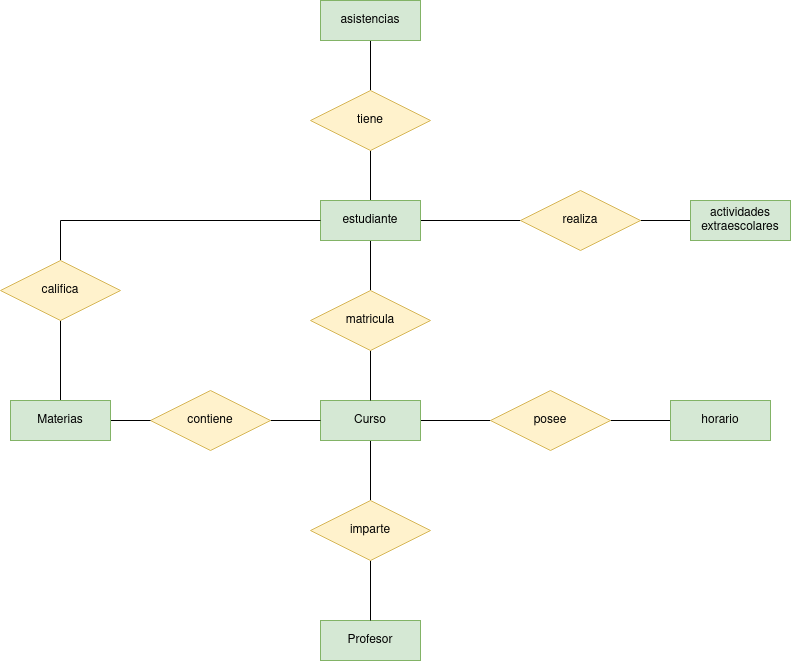
Above: Unidad-1/Tareas/Tarea-8/tarea8.drawio.png in jdrguez/2-Daw (draw.io), before the change. Source tidied: cells renumbered, new cells last; positions are measured from the earlier drawing's top-left corner, leaving out a move shared by most shapes. Source of this version:
```xml
<mxGraphModel>
  <root>
    <mxCell id="0" />
    <mxCell id="1" parent="0" />
    <mxCell id="2" style="edgeStyle=orthogonalEdgeStyle;rounded=0;jettySize=auto;html=1;exitX=1;exitY=0.5;exitDx=0;exitDy=0;entryX=0;entryY=0.5;entryDx=0;entryDy=0;endArrow=none;endFill=0;" parent="1" edge="1" source="4" target="15">
      <mxGeometry relative="1" as="geometry" />
    </mxCell>
    <mxCell id="3" style="edgeStyle=orthogonalEdgeStyle;rounded=0;jettySize=auto;html=1;exitX=0.5;exitY=1;exitDx=0;exitDy=0;entryX=0.5;entryY=0;entryDx=0;entryDy=0;endArrow=none;endFill=0;" parent="1" edge="1" source="4" target="13">
      <mxGeometry relative="1" as="geometry" />
    </mxCell>
    <mxCell id="4" value="&lt;div&gt;Curso&lt;/div&gt;" style="whiteSpace=wrap;html=1;align=center;fillColor=#d5e8d4;strokeColor=#82b366;" parent="1" vertex="1">
      <mxGeometry x="320" y="400" width="100" height="40" as="geometry" />
    </mxCell>
    <mxCell id="5" style="edgeStyle=orthogonalEdgeStyle;rounded=0;jettySize=auto;html=1;exitX=1;exitY=0.5;exitDx=0;exitDy=0;entryX=0;entryY=0.5;entryDx=0;entryDy=0;endArrow=none;endFill=0;" parent="1" edge="1" source="8" target="28">
      <mxGeometry relative="1" as="geometry" />
    </mxCell>
    <mxCell id="6" style="edgeStyle=orthogonalEdgeStyle;rounded=0;jettySize=auto;html=1;exitX=0.5;exitY=1;exitDx=0;exitDy=0;endArrow=none;endFill=0;" parent="1" edge="1" source="8" target="10">
      <mxGeometry relative="1" as="geometry" />
    </mxCell>
    <mxCell id="7" style="edgeStyle=orthogonalEdgeStyle;rounded=0;jettySize=auto;html=1;exitX=0.5;exitY=0;exitDx=0;exitDy=0;entryX=0.5;entryY=1;entryDx=0;entryDy=0;endArrow=none;endFill=0;" parent="1" edge="1" source="8" target="25">
      <mxGeometry relative="1" as="geometry" />
    </mxCell>
    <mxCell id="8" value="estudiante" style="whiteSpace=wrap;html=1;align=center;fillColor=#d5e8d4;strokeColor=#82b366;" parent="1" vertex="1">
      <mxGeometry x="320" y="200" width="100" height="40" as="geometry" />
    </mxCell>
    <mxCell id="9" style="edgeStyle=orthogonalEdgeStyle;rounded=0;jettySize=auto;html=1;exitX=0.5;exitY=1;exitDx=0;exitDy=0;entryX=0.5;entryY=0;entryDx=0;entryDy=0;endArrow=none;endFill=0;" parent="1" edge="1" source="10" target="4">
      <mxGeometry relative="1" as="geometry" />
    </mxCell>
    <mxCell id="10" value="matricula" style="shape=rhombus;perimeter=rhombusPerimeter;whiteSpace=wrap;html=1;align=center;fillColor=#fff2cc;strokeColor=#d6b656;" parent="1" vertex="1">
      <mxGeometry x="310" y="290" width="120" height="60" as="geometry" />
    </mxCell>
    <mxCell id="11" value="Profesor" style="whiteSpace=wrap;html=1;align=center;fillColor=#d5e8d4;strokeColor=#82b366;" parent="1" vertex="1">
      <mxGeometry x="320" y="620" width="100" height="40" as="geometry" />
    </mxCell>
    <mxCell id="12" style="edgeStyle=orthogonalEdgeStyle;rounded=0;jettySize=auto;html=1;exitX=0.5;exitY=1;exitDx=0;exitDy=0;entryX=0.5;entryY=0;entryDx=0;entryDy=0;endArrow=none;endFill=0;" parent="1" edge="1" source="13" target="11">
      <mxGeometry relative="1" as="geometry" />
    </mxCell>
    <mxCell id="13" value="imparte" style="shape=rhombus;perimeter=rhombusPerimeter;whiteSpace=wrap;html=1;align=center;fillColor=#fff2cc;strokeColor=#d6b656;" parent="1" vertex="1">
      <mxGeometry x="310" y="500" width="120" height="60" as="geometry" />
    </mxCell>
    <mxCell id="14" style="edgeStyle=orthogonalEdgeStyle;rounded=0;jettySize=auto;html=1;entryX=0;entryY=0.5;entryDx=0;entryDy=0;endArrow=none;endFill=0;" parent="1" edge="1" source="15" target="16">
      <mxGeometry relative="1" as="geometry" />
    </mxCell>
    <mxCell id="15" value="posee" style="shape=rhombus;perimeter=rhombusPerimeter;whiteSpace=wrap;html=1;align=center;fillColor=#fff2cc;strokeColor=#d6b656;" parent="1" vertex="1">
      <mxGeometry x="490" y="390" width="120" height="60" as="geometry" />
    </mxCell>
    <mxCell id="16" value="horario" style="whiteSpace=wrap;html=1;align=center;fillColor=#d5e8d4;strokeColor=#82b366;" parent="1" vertex="1">
      <mxGeometry x="670" y="400" width="100" height="40" as="geometry" />
    </mxCell>
    <mxCell id="17" style="edgeStyle=orthogonalEdgeStyle;rounded=0;jettySize=auto;html=1;exitX=1;exitY=0.5;exitDx=0;exitDy=0;entryX=0;entryY=0.5;entryDx=0;entryDy=0;endArrow=none;endFill=0;" parent="1" edge="1" source="18" target="4">
      <mxGeometry relative="1" as="geometry" />
    </mxCell>
    <mxCell id="18" value="contiene" style="shape=rhombus;perimeter=rhombusPerimeter;whiteSpace=wrap;html=1;align=center;fillColor=#fff2cc;strokeColor=#d6b656;" parent="1" vertex="1">
      <mxGeometry x="150" y="390" width="120" height="60" as="geometry" />
    </mxCell>
    <mxCell id="19" style="edgeStyle=orthogonalEdgeStyle;rounded=0;jettySize=auto;html=1;exitX=0.5;exitY=0;exitDx=0;exitDy=0;entryX=0.5;entryY=1;entryDx=0;entryDy=0;endArrow=none;endFill=0;" parent="1" edge="1" source="21" target="23">
      <mxGeometry relative="1" as="geometry" />
    </mxCell>
    <mxCell id="20" style="edgeStyle=orthogonalEdgeStyle;rounded=0;jettySize=auto;html=1;exitX=1;exitY=0.5;exitDx=0;exitDy=0;entryX=0;entryY=0.5;entryDx=0;entryDy=0;endArrow=none;endFill=0;" parent="1" edge="1" source="21" target="18">
      <mxGeometry relative="1" as="geometry" />
    </mxCell>
    <mxCell id="21" value="Materias" style="whiteSpace=wrap;html=1;align=center;fillColor=#d5e8d4;strokeColor=#82b366;" parent="1" vertex="1">
      <mxGeometry x="10" y="400" width="100" height="40" as="geometry" />
    </mxCell>
    <mxCell id="22" style="edgeStyle=orthogonalEdgeStyle;rounded=0;jettySize=auto;html=1;exitX=0.5;exitY=0;exitDx=0;exitDy=0;entryX=0;entryY=0.5;entryDx=0;entryDy=0;endArrow=none;endFill=0;" parent="1" edge="1" source="23" target="8">
      <mxGeometry relative="1" as="geometry" />
    </mxCell>
    <mxCell id="23" value="califica" style="shape=rhombus;perimeter=rhombusPerimeter;whiteSpace=wrap;html=1;align=center;fillColor=#fff2cc;strokeColor=#d6b656;" parent="1" vertex="1">
      <mxGeometry y="260" width="120" height="60" as="geometry" />
    </mxCell>
    <mxCell id="24" style="edgeStyle=orthogonalEdgeStyle;rounded=0;jettySize=auto;html=1;exitX=0.5;exitY=0;exitDx=0;exitDy=0;endArrow=none;endFill=0;" parent="1" edge="1" source="25" target="26">
      <mxGeometry relative="1" as="geometry" />
    </mxCell>
    <mxCell id="25" value="tiene" style="shape=rhombus;perimeter=rhombusPerimeter;whiteSpace=wrap;html=1;align=center;fillColor=#fff2cc;strokeColor=#d6b656;" parent="1" vertex="1">
      <mxGeometry x="310" y="90" width="120" height="60" as="geometry" />
    </mxCell>
    <mxCell id="26" value="asistencias" style="whiteSpace=wrap;html=1;align=center;fillColor=#d5e8d4;strokeColor=#82b366;" parent="1" vertex="1">
      <mxGeometry x="320" width="100" height="40" as="geometry" />
    </mxCell>
    <mxCell id="27" style="edgeStyle=orthogonalEdgeStyle;rounded=0;jettySize=auto;html=1;entryX=0;entryY=0.5;entryDx=0;entryDy=0;endArrow=none;endFill=0;" parent="1" edge="1" source="28" target="29">
      <mxGeometry relative="1" as="geometry" />
    </mxCell>
    <mxCell id="28" value="realiza" style="shape=rhombus;perimeter=rhombusPerimeter;whiteSpace=wrap;html=1;align=center;fillColor=#fff2cc;strokeColor=#d6b656;" parent="1" vertex="1">
      <mxGeometry x="520" y="190" width="120" height="60" as="geometry" />
    </mxCell>
    <mxCell id="29" value="&lt;div&gt;actividades&lt;/div&gt;&lt;div&gt;extraescolares&lt;br&gt;&lt;/div&gt;" style="whiteSpace=wrap;html=1;align=center;fillColor=#d5e8d4;strokeColor=#82b366;" parent="1" vertex="1">
      <mxGeometry x="690" y="200" width="100" height="40" as="geometry" />
    </mxCell>
  </root>
</mxGraphModel>
```
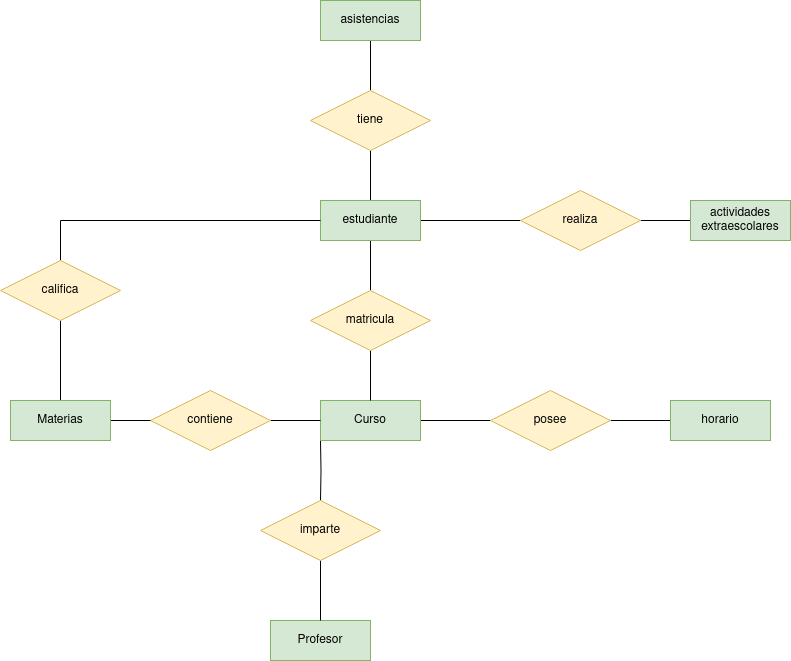
Later version of the same file.

Diff of the diagram source:
```diff
@@ -5,8 +5,10 @@
     <mxCell id="2" style="edgeStyle=orthogonalEdgeStyle;rounded=0;jettySize=auto;html=1;exitX=1;exitY=0.5;exitDx=0;exitDy=0;entryX=0;entryY=0.5;entryDx=0;entryDy=0;endArrow=none;endFill=0;" parent="1" edge="1" source="4" target="15">
       <mxGeometry relative="1" as="geometry" />
     </mxCell>
-    <mxCell id="3" style="edgeStyle=orthogonalEdgeStyle;rounded=0;jettySize=auto;html=1;exitX=0.5;exitY=1;exitDx=0;exitDy=0;entryX=0.5;entryY=0;entryDx=0;entryDy=0;endArrow=none;endFill=0;" parent="1" edge="1" source="4" target="13">
-      <mxGeometry relative="1" as="geometry" />
+    <mxCell id="3" style="edgeStyle=orthogonalEdgeStyle;rounded=0;jettySize=auto;html=1;exitX=0.5;exitY=1;exitDx=0;exitDy=0;entryX=0.5;entryY=0;entryDx=0;entryDy=0;endArrow=none;endFill=0;" parent="1" edge="1" target="13">
+      <mxGeometry relative="1" as="geometry">
+        <mxPoint x="320" y="440" as="sourcePoint" />
+      </mxGeometry>
     </mxCell>
     <mxCell id="4" value="&lt;div&gt;Curso&lt;/div&gt;" style="whiteSpace=wrap;html=1;align=center;fillColor=#d5e8d4;strokeColor=#82b366;" parent="1" vertex="1">
       <mxGeometry x="320" y="400" width="100" height="40" as="geometry" />
@@ -30,13 +32,13 @@
       <mxGeometry x="310" y="290" width="120" height="60" as="geometry" />
     </mxCell>
     <mxCell id="11" value="Profesor" style="whiteSpace=wrap;html=1;align=center;fillColor=#d5e8d4;strokeColor=#82b366;" parent="1" vertex="1">
-      <mxGeometry x="320" y="620" width="100" height="40" as="geometry" />
+      <mxGeometry x="270" y="620" width="100" height="40" as="geometry" />
     </mxCell>
     <mxCell id="12" style="edgeStyle=orthogonalEdgeStyle;rounded=0;jettySize=auto;html=1;exitX=0.5;exitY=1;exitDx=0;exitDy=0;entryX=0.5;entryY=0;entryDx=0;entryDy=0;endArrow=none;endFill=0;" parent="1" edge="1" source="13" target="11">
       <mxGeometry relative="1" as="geometry" />
     </mxCell>
     <mxCell id="13" value="imparte" style="shape=rhombus;perimeter=rhombusPerimeter;whiteSpace=wrap;html=1;align=center;fillColor=#fff2cc;strokeColor=#d6b656;" parent="1" vertex="1">
-      <mxGeometry x="310" y="500" width="120" height="60" as="geometry" />
+      <mxGeometry x="260" y="500" width="120" height="60" as="geometry" />
     </mxCell>
     <mxCell id="14" style="edgeStyle=orthogonalEdgeStyle;rounded=0;jettySize=auto;html=1;entryX=0;entryY=0.5;entryDx=0;entryDy=0;endArrow=none;endFill=0;" parent="1" edge="1" source="15" target="16">
       <mxGeometry relative="1" as="geometry" />
```
